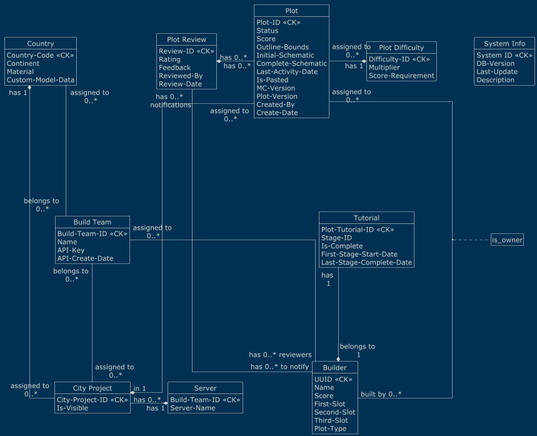
The PlantUML diagram conceptual-db.png in AlpsBTE/Plot-System-DB, before a commit.
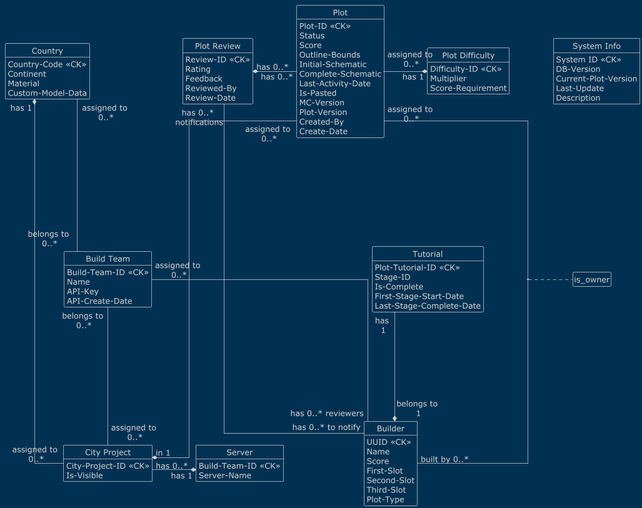
Above is the later version.

Commit message:
add current_plot_version attribute to system_info

Change to the diagram source:
```diff
@@ -12,6 +12,7 @@
 entity "System Info" as system_info {
     System ID <<CK>>
     DB-Version
+    Current-Plot-Version
     Last-Update
     Description
 }
```
